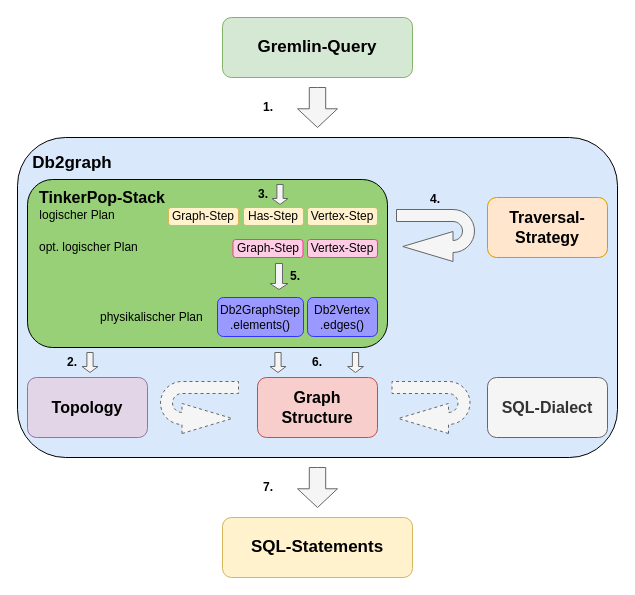
Above: images/db2graph_intern_processing.drawio in RobbyRed98/master-thesis (draw.io), before the change. Source tidied: cells renumbered, new cells numbered last; positions are measured from the earlier drawing's top-left corner, leaving out a move shared by most shapes. Both pictures are drawn from the tidied source at 100%, with x=0, y=0 at pixel (17, 17).
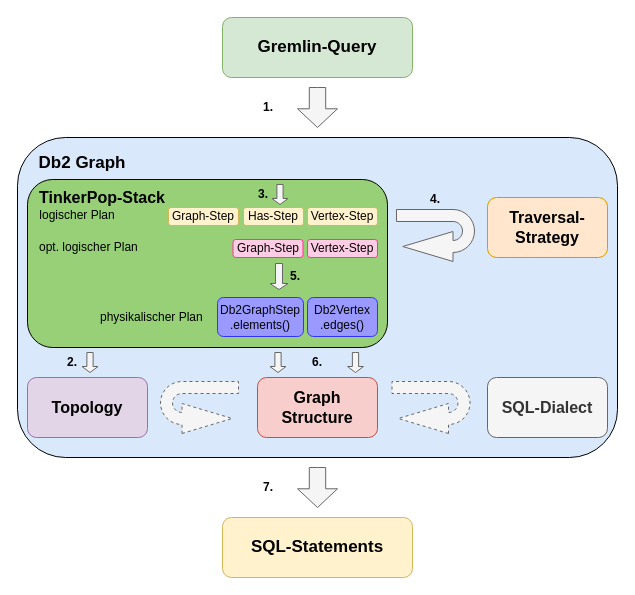
After the change.

Commit message (it also covers changes not shown here):
made Db2graph -> Db2 Graph

Change to the diagram source:
```diff
@@
-    <mxCell id="3" value="&lt;b&gt;&lt;font style=&quot;font-size: 17px&quot;&gt;Db2graph&lt;/font&gt;&lt;/b&gt;" style="text;html=1;strokeColor=none;fillColor=none;align=center;verticalAlign=middle;whiteSpace=wrap;rounded=0;" parent="1" vertex="1">
-      <mxGeometry x="20" y="136" width="70" height="20" as="geometry" />
+    <mxCell id="3" value="&lt;b&gt;&lt;font style=&quot;font-size: 17px&quot;&gt;Db2 Graph&lt;/font&gt;&lt;/b&gt;" style="text;html=1;strokeColor=none;fillColor=none;align=center;verticalAlign=middle;whiteSpace=wrap;rounded=0;" parent="1" vertex="1">
+      <mxGeometry x="20" y="136" width="90" height="20" as="geometry" />
     </mxCell>
```
